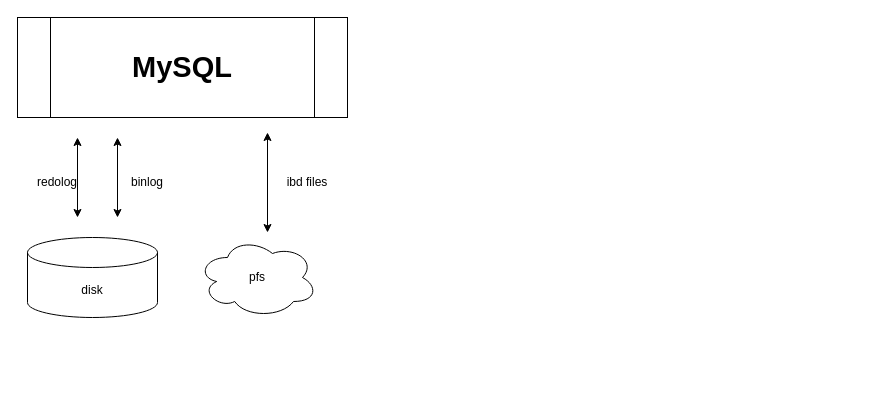
The draw.io diagram myfile/Untitled Diagram.drawio in JiYou/ReadCode, before the edit. Source tidied: cells renumbered, new cells numbered last; positions are measured from the earlier drawing's top-left corner, leaving out a move shared by most shapes. Both pictures are drawn from the tidied source at 100%, with x=0, y=0 at pixel (17, 17).
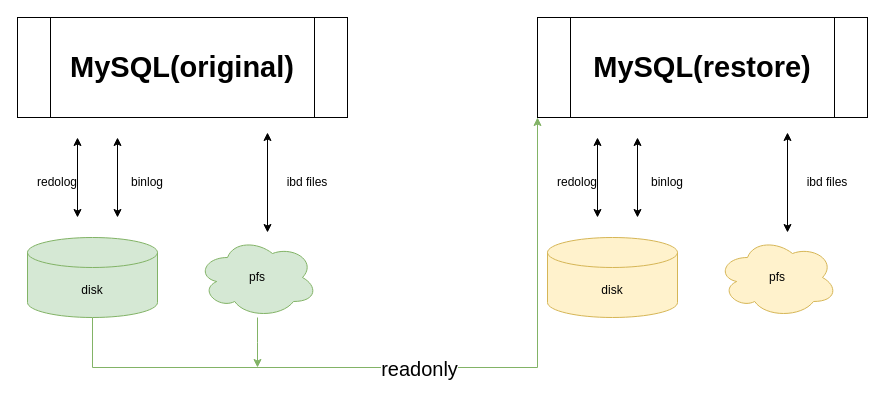
Above is the later version.

What changed in the source:
```diff
@@
+    <mxCell id="11" style="edgeStyle=orthogonalEdgeStyle;rounded=0;jettySize=auto;html=1;entryX=0;entryY=1;entryDx=0;entryDy=0;fontSize=29;fillColor=#d5e8d4;strokeColor=#82b366;" parent="1" edge="1" source="2" target="15">
+      <mxGeometry relative="1" as="geometry">
+        <Array as="points">
+          <mxPoint x="75" y="350" />
+          <mxPoint x="520" y="350" />
+        </Array>
+      </mxGeometry>
+    </mxCell>
+    <mxCell id="12" value="&lt;font style=&quot;font-size: 20px;&quot;&gt;readonly&lt;/font&gt;" style="edgeLabel;html=1;align=center;verticalAlign=middle;fontSize=29;" parent="11" vertex="1">
+      <mxGeometry x="0.01" y="2" relative="1" as="geometry" />
+    </mxCell>
-    <mxCell id="2" value="disk" style="shape=cylinder3;whiteSpace=wrap;html=1;boundedLbl=1;backgroundOutline=1;size=15;" parent="1" vertex="1">
+    <mxCell id="2" value="disk" style="shape=cylinder3;whiteSpace=wrap;html=1;boundedLbl=1;backgroundOutline=1;size=15;fillColor=#d5e8d4;strokeColor=#82b366;" parent="1" vertex="1">
       <mxGeometry x="10" y="220" width="130" height="80" as="geometry" />
     </mxCell>
-    <mxCell id="3" value="&lt;b style=&quot;line-height: 1.6;&quot;&gt;&lt;font style=&quot;font-size: 29px;&quot;&gt;MySQL&lt;/font&gt;&lt;/b&gt;" style="shape=process;whiteSpace=wrap;html=1;backgroundOutline=1;" parent="1" vertex="1">
+    <mxCell id="3" value="&lt;b style=&quot;line-height: 1.6;&quot;&gt;&lt;font style=&quot;font-size: 29px;&quot;&gt;MySQL(original)&lt;/font&gt;&lt;/b&gt;" style="shape=process;whiteSpace=wrap;html=1;backgroundOutline=1;" parent="1" vertex="1">
       <mxGeometry width="330" height="100" as="geometry" />
     </mxCell>
@@
+    <mxCell id="13" style="edgeStyle=orthogonalEdgeStyle;rounded=0;jettySize=auto;html=1;fontSize=29;fillColor=#d5e8d4;strokeColor=#82b366;" parent="1" edge="1" source="8">
+      <mxGeometry relative="1" as="geometry">
+        <mxPoint x="240" y="350" as="targetPoint" />
+      </mxGeometry>
+    </mxCell>
-    <mxCell id="8" value="pfs" style="ellipse;shape=cloud;whiteSpace=wrap;html=1;" parent="1" vertex="1">
+    <mxCell id="8" value="pfs" style="ellipse;shape=cloud;whiteSpace=wrap;html=1;fillColor=#d5e8d4;strokeColor=#82b366;" parent="1" vertex="1">
       <mxGeometry x="180" y="220" width="120" height="80" as="geometry" />
     </mxCell>
@@
+    <mxCell id="14" value="disk" style="shape=cylinder3;whiteSpace=wrap;html=1;boundedLbl=1;backgroundOutline=1;size=15;fillColor=#fff2cc;strokeColor=#d6b656;" parent="1" vertex="1">
+      <mxGeometry x="530" y="220" width="130" height="80" as="geometry" />
+    </mxCell>
+    <mxCell id="15" value="&lt;b style=&quot;line-height: 1.6;&quot;&gt;&lt;font style=&quot;font-size: 29px;&quot;&gt;MySQL(restore)&lt;/font&gt;&lt;/b&gt;" style="shape=process;whiteSpace=wrap;html=1;backgroundOutline=1;" parent="1" vertex="1">
+      <mxGeometry x="520" width="330" height="100" as="geometry" />
+    </mxCell>
+    <mxCell id="16" style="endArrow=classic;startArrow=classic;html=1;rounded=0;" parent="1" edge="1">
+      <mxGeometry relative="1" as="geometry">
+        <mxPoint x="580" y="200" as="sourcePoint" />
+        <mxPoint x="580" y="120" as="targetPoint" />
+      </mxGeometry>
+    </mxCell>
+    <mxCell id="17" value="redolog" style="text;html=1;strokeColor=none;fillColor=none;align=center;verticalAlign=middle;whiteSpace=wrap;rounded=0;" parent="1" vertex="1">
+      <mxGeometry x="530" y="150" width="60" height="30" as="geometry" />
+    </mxCell>
+    <mxCell id="18" style="endArrow=classic;startArrow=classic;html=1;rounded=0;" parent="1" edge="1">
+      <mxGeometry relative="1" as="geometry">
+        <mxPoint x="620" y="200" as="sourcePoint" />
+        <mxPoint x="620" y="120" as="targetPoint" />
+      </mxGeometry>
+    </mxCell>
+    <mxCell id="19" value="binlog" style="text;html=1;strokeColor=none;fillColor=none;align=center;verticalAlign=middle;whiteSpace=wrap;rounded=0;" parent="1" vertex="1">
+      <mxGeometry x="620" y="150" width="60" height="30" as="geometry" />
+    </mxCell>
+    <mxCell id="20" value="pfs" style="ellipse;shape=cloud;whiteSpace=wrap;html=1;fillColor=#fff2cc;strokeColor=#d6b656;" parent="1" vertex="1">
+      <mxGeometry x="700" y="220" width="120" height="80" as="geometry" />
+    </mxCell>
+    <mxCell id="21" style="endArrow=classic;startArrow=classic;html=1;rounded=0;" parent="1" edge="1">
+      <mxGeometry relative="1" as="geometry">
+        <mxPoint x="770" y="215" as="sourcePoint" />
+        <mxPoint x="770" y="115" as="targetPoint" />
+      </mxGeometry>
+    </mxCell>
+    <mxCell id="22" value="ibd files" style="text;html=1;strokeColor=none;fillColor=none;align=center;verticalAlign=middle;whiteSpace=wrap;rounded=0;" parent="1" vertex="1">
+      <mxGeometry x="780" y="150" width="60" height="30" as="geometry" />
+    </mxCell>
```
